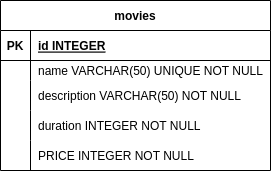
Before: der.png, a diagram exported from draw.io (Kenzie-Academy-Brasil-Developers/m4-sp2-movies-marcosmelo0). Source tidied: cells renumbered, new cells last; positions are measured from the earlier drawing's top-left corner, leaving out a move shared by most shapes. Its diagram source:
```xml
<mxGraphModel>
  <root>
    <mxCell id="0" />
    <mxCell id="1" parent="0" />
    <mxCell id="2" value="movies" style="shape=table;startSize=30;rowLines=0;fontStyle=1;align=center;" parent="1" vertex="1">
      <mxGeometry width="270" height="170" as="geometry" />
    </mxCell>
    <mxCell id="3" style="shape=tableRow;horizontal=0;startSize=0;swimlaneHead=0;swimlaneBody=0;fillColor=none;top=0;left=0;right=0;bottom=1;" parent="2" vertex="1">
      <mxGeometry y="30" width="270" height="30" as="geometry" />
    </mxCell>
    <mxCell id="4" value="PK" style="shape=partialRectangle;fillColor=none;top=0;left=0;bottom=0;right=0;fontStyle=1;overflow=hidden;" parent="3" vertex="1">
      <mxGeometry width="30" height="30" as="geometry" />
    </mxCell>
    <mxCell id="5" value="id INTEGER" style="shape=partialRectangle;fillColor=none;top=0;left=0;bottom=0;right=0;align=left;spacingLeft=6;fontStyle=5;overflow=hidden;" parent="3" vertex="1">
      <mxGeometry x="30" width="240" height="30" as="geometry" />
    </mxCell>
    <mxCell id="6" style="shape=tableRow;horizontal=0;startSize=0;swimlaneHead=0;swimlaneBody=0;fillColor=none;top=0;left=0;right=0;bottom=0;" parent="2" vertex="1">
      <mxGeometry y="60" width="270" height="20" as="geometry" />
    </mxCell>
    <mxCell id="7" style="shape=partialRectangle;fillColor=none;top=0;left=0;bottom=0;right=0;overflow=hidden;" parent="6" vertex="1">
      <mxGeometry width="30" height="20" as="geometry" />
    </mxCell>
    <mxCell id="8" value="name VARCHAR(50) UNIQUE NOT NULL " style="shape=partialRectangle;fillColor=none;top=0;left=0;bottom=0;right=0;align=left;spacingLeft=6;overflow=hidden;" parent="6" vertex="1">
      <mxGeometry x="30" width="240" height="20" as="geometry" />
    </mxCell>
    <mxCell id="9" style="shape=tableRow;horizontal=0;startSize=0;swimlaneHead=0;swimlaneBody=0;fillColor=none;top=0;left=0;right=0;bottom=0;" parent="2" vertex="1">
      <mxGeometry y="80" width="270" height="30" as="geometry" />
    </mxCell>
    <mxCell id="10" style="shape=partialRectangle;fillColor=none;top=0;left=0;bottom=0;right=0;overflow=hidden;" parent="9" vertex="1">
      <mxGeometry width="30" height="30" as="geometry" />
    </mxCell>
    <mxCell id="11" value="description VARCHAR(50) NOT NULL" style="shape=partialRectangle;fillColor=none;top=0;left=0;bottom=0;right=0;align=left;spacingLeft=6;overflow=hidden;" parent="9" vertex="1">
      <mxGeometry x="30" width="240" height="30" as="geometry" />
    </mxCell>
    <mxCell id="12" style="shape=tableRow;horizontal=0;startSize=0;swimlaneHead=0;swimlaneBody=0;fillColor=none;top=0;left=0;right=0;bottom=0;" parent="2" vertex="1">
      <mxGeometry y="110" width="270" height="30" as="geometry" />
    </mxCell>
    <mxCell id="13" style="shape=partialRectangle;fillColor=none;top=0;left=0;bottom=0;right=0;overflow=hidden;" parent="12" vertex="1">
      <mxGeometry width="30" height="30" as="geometry" />
    </mxCell>
    <mxCell id="14" value="duration INTEGER NOT NULL" style="shape=partialRectangle;fillColor=none;top=0;left=0;bottom=0;right=0;align=left;spacingLeft=6;overflow=hidden;" parent="12" vertex="1">
      <mxGeometry x="30" width="240" height="30" as="geometry" />
    </mxCell>
    <mxCell id="15" style="shape=tableRow;horizontal=0;startSize=0;swimlaneHead=0;swimlaneBody=0;fillColor=none;top=0;left=0;right=0;bottom=0;" parent="2" vertex="1">
      <mxGeometry y="140" width="270" height="30" as="geometry" />
    </mxCell>
    <mxCell id="16" style="shape=partialRectangle;fillColor=none;top=0;left=0;bottom=0;right=0;overflow=hidden;" parent="15" vertex="1">
      <mxGeometry width="30" height="30" as="geometry" />
    </mxCell>
    <mxCell id="17" value="PRICE INTEGER NOT NULL" style="shape=partialRectangle;fillColor=none;top=0;left=0;bottom=0;right=0;align=left;spacingLeft=6;overflow=hidden;" parent="15" vertex="1">
      <mxGeometry x="30" width="240" height="30" as="geometry" />
    </mxCell>
  </root>
</mxGraphModel>
```
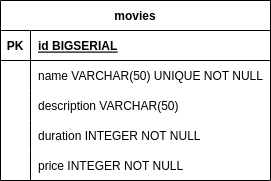
The same file after the commit.

Diff of the diagram source:
```diff
@@ -3,7 +3,7 @@
     <mxCell id="0" />
     <mxCell id="1" parent="0" />
     <mxCell id="2" value="movies" style="shape=table;startSize=30;rowLines=0;fontStyle=1;align=center;" parent="1" vertex="1">
-      <mxGeometry width="270" height="170" as="geometry" />
+      <mxGeometry width="270" height="180" as="geometry" />
     </mxCell>
     <mxCell id="3" style="shape=tableRow;horizontal=0;startSize=0;swimlaneHead=0;swimlaneBody=0;fillColor=none;top=0;left=0;right=0;bottom=1;" parent="2" vertex="1">
       <mxGeometry y="30" width="270" height="30" as="geometry" />
@@ -11,44 +11,44 @@
     <mxCell id="4" value="PK" style="shape=partialRectangle;fillColor=none;top=0;left=0;bottom=0;right=0;fontStyle=1;overflow=hidden;" parent="3" vertex="1">
       <mxGeometry width="30" height="30" as="geometry" />
     </mxCell>
-    <mxCell id="5" value="id INTEGER" style="shape=partialRectangle;fillColor=none;top=0;left=0;bottom=0;right=0;align=left;spacingLeft=6;fontStyle=5;overflow=hidden;" parent="3" vertex="1">
-      <mxGeometry x="30" width="240" height="30" as="geometry" />
-    </mxCell>
-    <mxCell id="6" style="shape=tableRow;horizontal=0;startSize=0;swimlaneHead=0;swimlaneBody=0;fillColor=none;top=0;left=0;right=0;bottom=0;" parent="2" vertex="1">
-      <mxGeometry y="60" width="270" height="20" as="geometry" />
-    </mxCell>
-    <mxCell id="7" style="shape=partialRectangle;fillColor=none;top=0;left=0;bottom=0;right=0;overflow=hidden;" parent="6" vertex="1">
-      <mxGeometry width="30" height="20" as="geometry" />
-    </mxCell>
+    <mxCell id="18" value="id BIGSERIAL" style="shape=partialRectangle;fillColor=none;top=0;left=0;bottom=0;right=0;align=left;spacingLeft=6;fontStyle=5;overflow=hidden;" parent="3" vertex="1">
+      <mxGeometry x="30" width="240" height="30" as="geometry" />
+    </mxCell>
+    <mxCell id="19" style="shape=tableRow;horizontal=0;startSize=0;swimlaneHead=0;swimlaneBody=0;fillColor=none;top=0;left=0;right=0;bottom=0;" parent="2" vertex="1">
+      <mxGeometry y="60" width="270" height="30" as="geometry" />
+    </mxCell>
+    <mxCell id="20" style="shape=partialRectangle;fillColor=none;top=0;left=0;bottom=0;right=0;overflow=hidden;" parent="19" vertex="1">
+      <mxGeometry width="30" height="30" as="geometry" />
+    </mxCell>
-    <mxCell id="8" value="name VARCHAR(50) UNIQUE NOT NULL " style="shape=partialRectangle;fillColor=none;top=0;left=0;bottom=0;right=0;align=left;spacingLeft=6;overflow=hidden;" parent="6" vertex="1">
-      <mxGeometry x="30" width="240" height="20" as="geometry" />
+    <mxCell id="8" value="name VARCHAR(50) UNIQUE NOT NULL" style="shape=partialRectangle;fillColor=none;top=0;left=0;bottom=0;right=0;align=left;spacingLeft=6;overflow=hidden;" parent="19" vertex="1">
+      <mxGeometry x="30" width="240" height="30" as="geometry" />
     </mxCell>
-    <mxCell id="9" style="shape=tableRow;horizontal=0;startSize=0;swimlaneHead=0;swimlaneBody=0;fillColor=none;top=0;left=0;right=0;bottom=0;" parent="2" vertex="1">
-      <mxGeometry y="80" width="270" height="30" as="geometry" />
-    </mxCell>
-    <mxCell id="10" style="shape=partialRectangle;fillColor=none;top=0;left=0;bottom=0;right=0;overflow=hidden;" parent="9" vertex="1">
-      <mxGeometry width="30" height="30" as="geometry" />
-    </mxCell>
-    <mxCell id="11" value="description VARCHAR(50) NOT NULL" style="shape=partialRectangle;fillColor=none;top=0;left=0;bottom=0;right=0;align=left;spacingLeft=6;overflow=hidden;" parent="9" vertex="1">
-      <mxGeometry x="30" width="240" height="30" as="geometry" />
-    </mxCell>
-    <mxCell id="12" style="shape=tableRow;horizontal=0;startSize=0;swimlaneHead=0;swimlaneBody=0;fillColor=none;top=0;left=0;right=0;bottom=0;" parent="2" vertex="1">
-      <mxGeometry y="110" width="270" height="30" as="geometry" />
-    </mxCell>
-    <mxCell id="13" style="shape=partialRectangle;fillColor=none;top=0;left=0;bottom=0;right=0;overflow=hidden;" parent="12" vertex="1">
-      <mxGeometry width="30" height="30" as="geometry" />
-    </mxCell>
+    <mxCell id="21" style="shape=tableRow;horizontal=0;startSize=0;swimlaneHead=0;swimlaneBody=0;fillColor=none;top=0;left=0;right=0;bottom=0;" parent="2" vertex="1">
+      <mxGeometry y="90" width="270" height="30" as="geometry" />
+    </mxCell>
+    <mxCell id="22" style="shape=partialRectangle;fillColor=none;top=0;left=0;bottom=0;right=0;overflow=hidden;" parent="21" vertex="1">
+      <mxGeometry width="30" height="30" as="geometry" />
+    </mxCell>
+    <mxCell id="23" value="description VARCHAR(50)" style="shape=partialRectangle;fillColor=none;top=0;left=0;bottom=0;right=0;align=left;spacingLeft=6;overflow=hidden;" parent="21" vertex="1">
+      <mxGeometry x="30" width="240" height="30" as="geometry" />
+    </mxCell>
+    <mxCell id="24" style="shape=tableRow;horizontal=0;startSize=0;swimlaneHead=0;swimlaneBody=0;fillColor=none;top=0;left=0;right=0;bottom=0;" parent="2" vertex="1">
+      <mxGeometry y="120" width="270" height="30" as="geometry" />
+    </mxCell>
+    <mxCell id="25" style="shape=partialRectangle;fillColor=none;top=0;left=0;bottom=0;right=0;overflow=hidden;" parent="24" vertex="1">
+      <mxGeometry width="30" height="30" as="geometry" />
+    </mxCell>
-    <mxCell id="14" value="duration INTEGER NOT NULL" style="shape=partialRectangle;fillColor=none;top=0;left=0;bottom=0;right=0;align=left;spacingLeft=6;overflow=hidden;" parent="12" vertex="1">
+    <mxCell id="14" value="duration INTEGER NOT NULL" style="shape=partialRectangle;fillColor=none;top=0;left=0;bottom=0;right=0;align=left;spacingLeft=6;overflow=hidden;" parent="24" vertex="1">
       <mxGeometry x="30" width="240" height="30" as="geometry" />
     </mxCell>
-    <mxCell id="15" style="shape=tableRow;horizontal=0;startSize=0;swimlaneHead=0;swimlaneBody=0;fillColor=none;top=0;left=0;right=0;bottom=0;" parent="2" vertex="1">
-      <mxGeometry y="140" width="270" height="30" as="geometry" />
-    </mxCell>
-    <mxCell id="16" style="shape=partialRectangle;fillColor=none;top=0;left=0;bottom=0;right=0;overflow=hidden;" parent="15" vertex="1">
-      <mxGeometry width="30" height="30" as="geometry" />
-    </mxCell>
-    <mxCell id="17" value="PRICE INTEGER NOT NULL" style="shape=partialRectangle;fillColor=none;top=0;left=0;bottom=0;right=0;align=left;spacingLeft=6;overflow=hidden;" parent="15" vertex="1">
-      <mxGeometry x="30" width="240" height="30" as="geometry" />
-    </mxCell>
+    <mxCell id="26" style="shape=tableRow;horizontal=0;startSize=0;swimlaneHead=0;swimlaneBody=0;fillColor=none;top=0;left=0;right=0;bottom=0;" parent="2" vertex="1">
+      <mxGeometry y="150" width="270" height="30" as="geometry" />
+    </mxCell>
+    <mxCell id="27" style="shape=partialRectangle;fillColor=none;top=0;left=0;bottom=0;right=0;overflow=hidden;" parent="26" vertex="1">
+      <mxGeometry width="30" height="30" as="geometry" />
+    </mxCell>
+    <mxCell id="28" value="price INTEGER NOT NULL" style="shape=partialRectangle;fillColor=none;top=0;left=0;bottom=0;right=0;align=left;spacingLeft=6;overflow=hidden;" parent="26" vertex="1">
+      <mxGeometry x="30" width="240" height="30" as="geometry" />
+    </mxCell>
   </root>
 </mxGraphModel>
```
